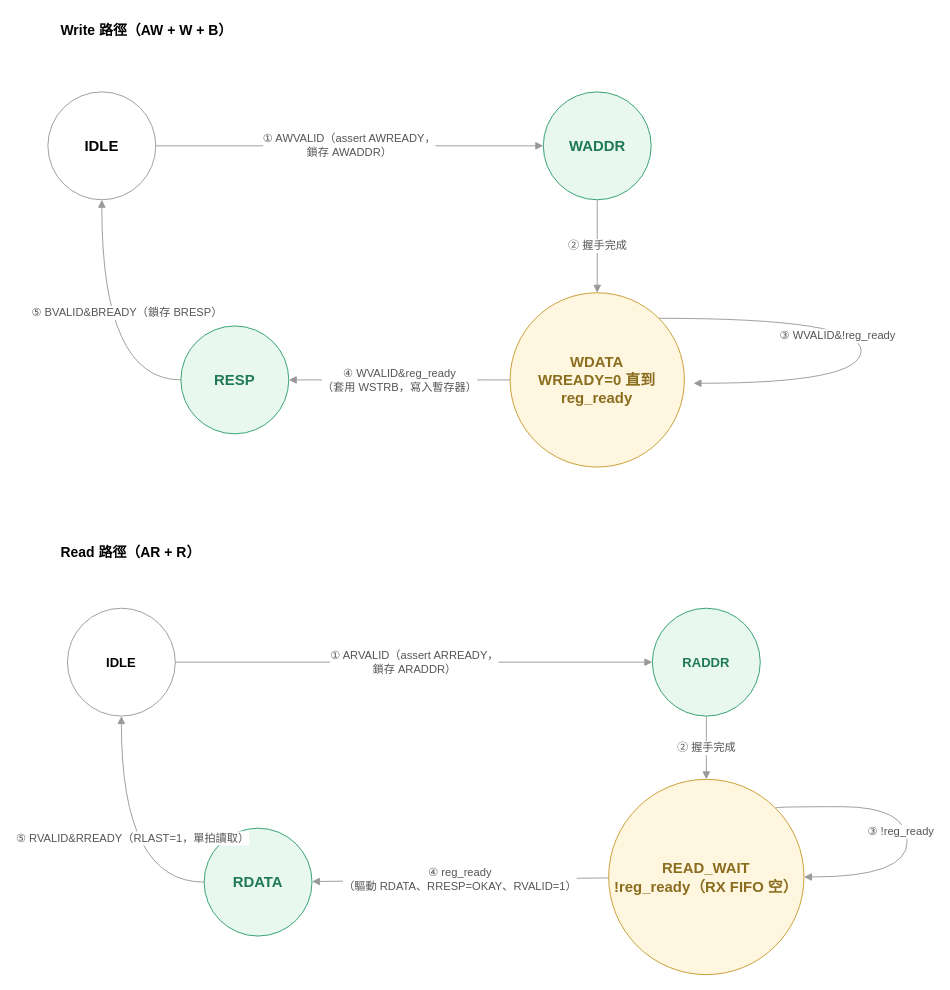
shj-F115112128/SOC_Practice keeps this draw.io diagram as HW1/Upload/axi_slave_fsm.drawio. Above is the earlier version. Source tidied: cells renumbered, new cells numbered last; positions are measured from the earlier drawing's top-left corner, leaving out a move shared by most shapes. Both pictures are drawn from the tidied source at 93%, with x=0, y=0 at pixel (47, 16).
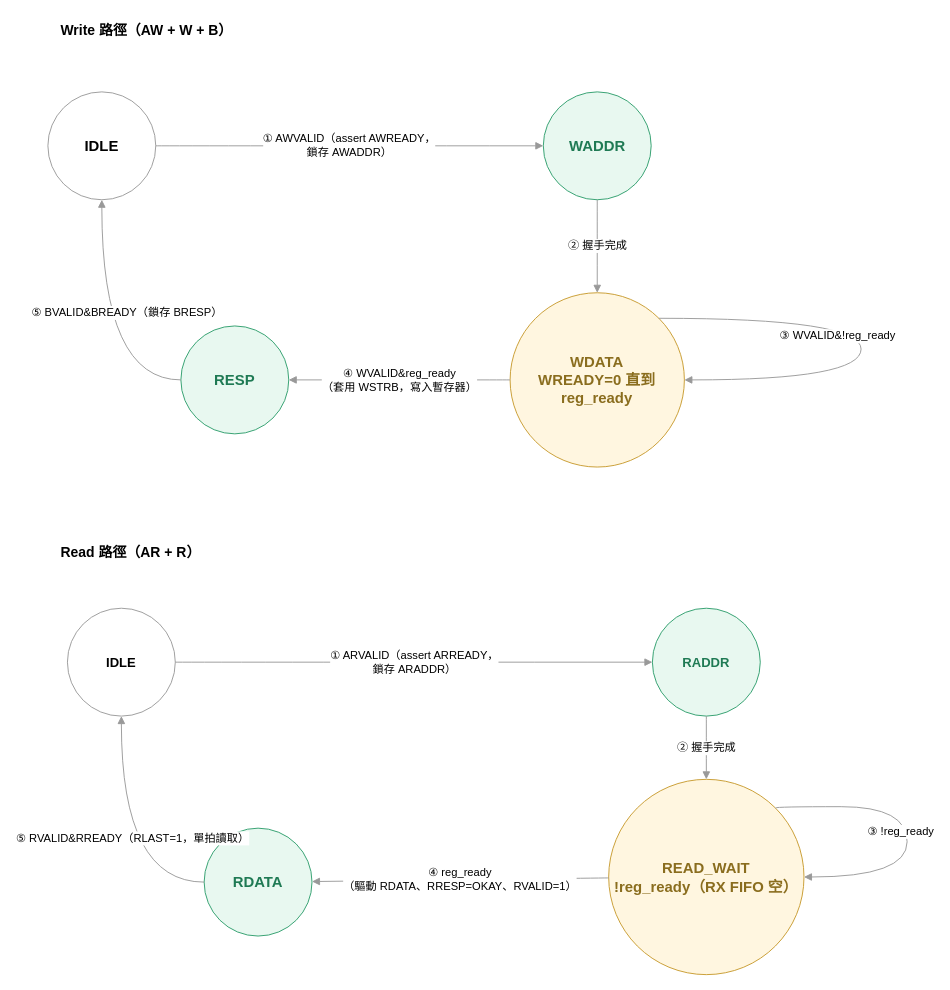
After the change.

Unchanged cells that the change refers to:
```xml
<mxCell id="3" value="&lt;font style=&quot;font-size: 16px;&quot;&gt;IDLE&lt;/font&gt;" style="ellipse;whiteSpace=wrap;html=1;fillColor=#FFFFFF;strokeColor=#999999;fontSize=14;fontStyle=1;" parent="1" vertex="1">
  <mxGeometry y="81.3" width="116" height="116" as="geometry" />
</mxCell>
<mxCell id="4" value="&lt;font style=&quot;font-size: 16px;&quot;&gt;WADDR&lt;/font&gt;" style="ellipse;whiteSpace=wrap;html=1;fillColor=#E8F8F0;strokeColor=#2E9E6C;fontColor=#1F7A54;fontSize=14;fontStyle=1;" parent="1" vertex="1">
  <mxGeometry x="532.7" y="81.3" width="116" height="116" as="geometry" />
</mxCell>
<mxCell id="5" value="&lt;font style=&quot;font-size: 16px;&quot;&gt;WDATA&lt;br&gt;&lt;font color=&quot;#8A6D1E&quot;&gt;WREADY=0 直到 reg_ready&lt;/font&gt;&lt;/font&gt;" style="ellipse;whiteSpace=wrap;html=1;fillColor=#FFF6E0;strokeColor=#C79A2E;fontColor=#8A6D1E;fontSize=14;fontStyle=1;" parent="1" vertex="1">
  <mxGeometry x="497" y="297.3" width="187.4" height="187.4" as="geometry" />
</mxCell>
<mxCell id="6" value="&lt;font style=&quot;font-size: 16px;&quot;&gt;RESP&lt;/font&gt;" style="ellipse;whiteSpace=wrap;html=1;fillColor=#E8F8F0;strokeColor=#2E9E6C;fontColor=#1F7A54;fontSize=14;fontStyle=1;" parent="1" vertex="1">
  <mxGeometry x="143" y="333" width="116" height="116" as="geometry" />
</mxCell>
<mxCell id="13" value="IDLE" style="ellipse;whiteSpace=wrap;html=1;fillColor=#FFFFFF;strokeColor=#999999;fontSize=14;fontStyle=1;" parent="1" vertex="1">
  <mxGeometry x="21" y="636.5" width="116" height="116" as="geometry" />
</mxCell>
<mxCell id="14" value="RADDR" style="ellipse;whiteSpace=wrap;html=1;fillColor=#E8F8F0;strokeColor=#2E9E6C;fontColor=#1F7A54;fontSize=14;fontStyle=1;" parent="1" vertex="1">
  <mxGeometry x="650" y="636.5" width="116" height="116" as="geometry" />
</mxCell>
<mxCell id="15" value="&lt;font style=&quot;font-size: 16px;&quot;&gt;READ_WAIT&lt;br&gt;&lt;font color=&quot;#8A6D1E&quot;&gt;!reg_ready（RX FIFO 空）&lt;/font&gt;&lt;/font&gt;" style="ellipse;whiteSpace=wrap;html=1;fillColor=#FFF6E0;strokeColor=#C79A2E;fontColor=#8A6D1E;fontSize=14;fontStyle=1;" parent="1" vertex="1">
  <mxGeometry x="603" y="820.5" width="210" height="210" as="geometry" />
</mxCell>
<mxCell id="16" value="&lt;font style=&quot;font-size: 16px;&quot;&gt;RDATA&lt;/font&gt;" style="ellipse;whiteSpace=wrap;html=1;fillColor=#E8F8F0;strokeColor=#2E9E6C;fontColor=#1F7A54;fontSize=14;fontStyle=1;" parent="1" vertex="1">
  <mxGeometry x="168" y="873" width="116" height="116" as="geometry" />
</mxCell>
```

Change to the diagram source:
```diff
@@
-    <mxCell id="7" value="&lt;font style=&quot;font-size: 12px;&quot;&gt;① AWVALID（assert AWREADY，&lt;/font&gt;&lt;div&gt;&lt;font style=&quot;font-size: 12px;&quot;&gt;鎖存 AWADDR）&lt;/font&gt;&lt;/div&gt;" style="curved=1;endArrow=block;html=1;strokeColor=#999999;fontSize=11;fontColor=#555555;" parent="1" edge="1" source="3" target="4">
+    <mxCell id="7" value="&lt;font style=&quot;font-size: 12px; color: light-dark(rgb(0, 0, 0), rgb(102, 102, 102));&quot;&gt;① AWVALID（assert AWREADY，&lt;/font&gt;&lt;div&gt;&lt;font style=&quot;font-size: 12px; color: light-dark(rgb(0, 0, 0), rgb(102, 102, 102));&quot;&gt;鎖存 AWADDR）&lt;/font&gt;&lt;/div&gt;" style="curved=1;endArrow=block;html=1;strokeColor=#999999;fontSize=11;fontColor=#555555;" parent="1" edge="1" source="3" target="4">
       <mxGeometry relative="1" as="geometry" />
     </mxCell>
-    <mxCell id="8" value="&lt;font style=&quot;font-size: 12px;&quot;&gt;② 握手完成&lt;/font&gt;" style="curved=1;endArrow=block;html=1;strokeColor=#999999;fontSize=11;fontColor=#555555;" parent="1" edge="1" source="4" target="5">
+    <mxCell id="8" value="&lt;font style=&quot;font-size: 12px; color: light-dark(rgb(0, 0, 0), rgb(102, 102, 102));&quot;&gt;② 握手完成&lt;/font&gt;" style="curved=1;endArrow=block;html=1;strokeColor=#999999;fontSize=11;fontColor=#555555;" parent="1" edge="1" source="4" target="5">
       <mxGeometry relative="1" as="geometry" />
     </mxCell>
-    <mxCell id="9" value="&lt;font style=&quot;font-size: 12px;&quot;&gt;③ WVALID&amp;amp;!reg_ready&lt;/font&gt;" style="curved=1;endArrow=block;html=1;strokeColor=#999999;fontSize=11;fontColor=#555555;exitX=1;exitY=0;exitDx=0;exitDy=0;edgeStyle=orthogonalEdgeStyle;innerLoopWaypoints=1;" parent="1" edge="1" source="5">
-      <mxGeometry x="-0.18" y="-19" relative="1" as="geometry">
-        <mxPoint x="694.2" y="394.6" as="targetPoint" />
+    <mxCell id="9" value="&lt;font style=&quot;font-size: 12px; color: light-dark(rgb(0, 0, 0), rgb(102, 102, 102));&quot;&gt;③ WVALID&amp;amp;!reg_ready&lt;/font&gt;" style="curved=1;endArrow=block;html=1;strokeColor=#999999;fontSize=11;fontColor=#555555;exitX=1;exitY=0;exitDx=0;exitDy=0;edgeStyle=orthogonalEdgeStyle;innerLoopWaypoints=1;entryX=1;entryY=0.5;entryDx=0;entryDy=0;" parent="1" edge="1" source="5" target="5">
+      <mxGeometry x="-0.19" y="-19" relative="1" as="geometry">
         <Array as="points">
           <mxPoint x="874.4" y="324.7" />
-          <mxPoint x="874.4" y="394.6" />
+          <mxPoint x="874.4" y="391" />
         </Array>
       </mxGeometry>
     </mxCell>
-    <mxCell id="10" value="&lt;font style=&quot;font-size: 12px;&quot;&gt;④ WVALID&amp;amp;reg_ready&lt;br&gt;（套用 WSTRB，寫入暫存器）&lt;/font&gt;" style="curved=1;endArrow=block;html=1;strokeColor=#999999;fontSize=11;fontColor=#555555;" parent="1" edge="1" source="5" target="6">
+    <mxCell id="10" value="&lt;font style=&quot;font-size: 12px; color: light-dark(rgb(0, 0, 0), rgb(102, 102, 102));&quot;&gt;④ WVALID&amp;amp;reg_ready&lt;br&gt;（套用 WSTRB，寫入暫存器）&lt;/font&gt;" style="curved=1;endArrow=block;html=1;strokeColor=#999999;fontSize=11;fontColor=#555555;" parent="1" edge="1" source="5" target="6">
       <mxGeometry relative="1" as="geometry" />
     </mxCell>
-    <mxCell id="11" value="&lt;font style=&quot;font-size: 12px;&quot;&gt;⑤ BVALID&amp;amp;BREADY（鎖存 BRESP）&lt;/font&gt;" style="curved=1;endArrow=block;html=1;strokeColor=#999999;fontSize=11;fontColor=#555555;edgeStyle=orthogonalEdgeStyle;curveGeometry=1;entryX=0.5;entryY=1;entryDx=0;entryDy=0;" parent="1" edge="1" source="6" target="3">
+    <mxCell id="11" value="&lt;font style=&quot;font-size: 12px; color: light-dark(rgb(0, 0, 0), rgb(102, 102, 102));&quot;&gt;⑤ BVALID&amp;amp;BREADY（鎖存 BRESP）&lt;/font&gt;" style="curved=1;endArrow=block;html=1;strokeColor=#999999;fontSize=11;fontColor=#555555;edgeStyle=orthogonalEdgeStyle;curveGeometry=1;entryX=0.5;entryY=1;entryDx=0;entryDy=0;" parent="1" edge="1" source="6" target="3">
       <mxGeometry x="0.13" y="-27" relative="1" as="geometry" />
     </mxCell>
@@
-    <mxCell id="17" value="&lt;font style=&quot;font-size: 12px;&quot;&gt;① ARVALID（assert ARREADY，&lt;/font&gt;&lt;div&gt;&lt;font style=&quot;font-size: 12px;&quot;&gt;鎖存 ARADDR）&lt;/font&gt;&lt;/div&gt;" style="curved=1;endArrow=block;html=1;strokeColor=#999999;fontSize=11;fontColor=#555555;" parent="1" edge="1" source="13" target="14">
+    <mxCell id="17" value="&lt;font style=&quot;font-size: 12px; color: light-dark(rgb(0, 0, 0), rgb(102, 102, 102));&quot;&gt;① ARVALID（assert ARREADY，&lt;/font&gt;&lt;div&gt;&lt;font style=&quot;font-size: 12px; color: light-dark(rgb(0, 0, 0), rgb(102, 102, 102));&quot;&gt;鎖存 ARADDR）&lt;/font&gt;&lt;/div&gt;" style="curved=1;endArrow=block;html=1;strokeColor=#999999;fontSize=11;fontColor=#555555;" parent="1" edge="1" source="13" target="14">
       <mxGeometry relative="1" as="geometry" />
     </mxCell>
-    <mxCell id="18" value="&lt;font style=&quot;font-size: 12px;&quot;&gt;② 握手完成&lt;/font&gt;" style="curved=1;endArrow=block;html=1;strokeColor=#999999;fontSize=11;fontColor=#555555;" parent="1" edge="1" source="14" target="15">
+    <mxCell id="18" value="&lt;font style=&quot;font-size: 12px; color: light-dark(rgb(0, 0, 0), rgb(102, 102, 102));&quot;&gt;② 握手完成&lt;/font&gt;" style="curved=1;endArrow=block;html=1;strokeColor=#999999;fontSize=11;fontColor=#555555;" parent="1" edge="1" source="14" target="15">
       <mxGeometry relative="1" as="geometry" />
     </mxCell>
-    <mxCell id="19" value="&lt;font style=&quot;font-size: 12px;&quot;&gt;③ !reg_ready&lt;/font&gt;" style="curved=1;endArrow=block;html=1;strokeColor=#999999;fontSize=11;fontColor=#555555;exitX=1;exitY=0;exitDx=0;exitDy=0;entryX=1;entryY=0.5;entryDx=0;entryDy=0;edgeStyle=orthogonalEdgeStyle;innerLoopWaypoints=1;" parent="1" edge="1" source="15" target="15">
+    <mxCell id="19" value="&lt;font style=&quot;font-size: 12px; color: light-dark(rgb(0, 0, 0), rgb(102, 102, 102));&quot;&gt;③ !reg_ready&lt;/font&gt;" style="curved=1;endArrow=block;html=1;strokeColor=#999999;fontSize=11;fontColor=#555555;exitX=1;exitY=0;exitDx=0;exitDy=0;entryX=1;entryY=0.5;entryDx=0;entryDy=0;edgeStyle=orthogonalEdgeStyle;innerLoopWaypoints=1;" parent="1" edge="1" source="15" target="15">
       <mxGeometry x="0.03" y="-7.27" relative="1" as="geometry">
         <Array as="points">
           <mxPoint x="782.2" y="849.9" />
           <mxPoint x="923.9" y="849.9" />
           <mxPoint x="923.9" y="925.5" />
         </Array>
       </mxGeometry>
     </mxCell>
-    <mxCell id="20" value="&lt;font style=&quot;font-size: 12px;&quot;&gt;④ reg_ready&lt;/font&gt;&lt;div&gt;&lt;font style=&quot;font-size: 12px;&quot;&gt;&lt;font style=&quot;&quot;&gt;（&lt;/font&gt;&lt;span style=&quot;background-color: light-dark(#ffffff, var(--ge-dark-color, #121212)); color: light-dark(rgb(85, 85, 85), rgb(164, 164, 164));&quot;&gt;驅動 RDATA、RRESP=OKAY、RVALID=1）&lt;/span&gt;&lt;/font&gt;&lt;/div&gt;" style="curved=1;endArrow=block;html=1;strokeColor=#999999;fontSize=11;fontColor=#555555;" parent="1" edge="1" source="15" target="16">
+    <mxCell id="20" value="&lt;font style=&quot;font-size: 12px; color: light-dark(rgb(0, 0, 0), rgb(102, 102, 102));&quot;&gt;④ reg_ready&lt;/font&gt;&lt;div&gt;&lt;font style=&quot;font-size: 12px; color: light-dark(rgb(0, 0, 0), rgb(102, 102, 102));&quot;&gt;&lt;font&gt;（&lt;/font&gt;&lt;span style=&quot;background-color: light-dark(#ffffff, var(--ge-dark-color, #121212));&quot;&gt;驅動 RDATA、RRESP=OKAY、RVALID=1）&lt;/span&gt;&lt;/font&gt;&lt;/div&gt;" style="curved=1;endArrow=block;html=1;strokeColor=#999999;fontSize=11;fontColor=#555555;" parent="1" edge="1" source="15" target="16">
       <mxGeometry relative="1" as="geometry" />
     </mxCell>
-    <mxCell id="21" value="&lt;font style=&quot;font-size: 12px;&quot;&gt;⑤ RVALID&amp;amp;RREADY（RLAST=1，單拍讀取）&lt;/font&gt;" style="curved=1;endArrow=block;html=1;strokeColor=#999999;fontSize=11;fontColor=#555555;edgeStyle=orthogonalEdgeStyle;curveGeometry=1;entryX=0.5;entryY=1;entryDx=0;entryDy=0;exitX=0;exitY=0.5;exitDx=0;exitDy=0;" parent="1" edge="1" source="16" target="13">
+    <mxCell id="21" value="&lt;font style=&quot;font-size: 12px; color: light-dark(rgb(0, 0, 0), rgb(102, 102, 102));&quot;&gt;⑤ RVALID&amp;amp;RREADY（RLAST=1，單拍讀取）&lt;/font&gt;" style="curved=1;endArrow=block;html=1;strokeColor=#999999;fontSize=11;fontColor=#555555;edgeStyle=orthogonalEdgeStyle;curveGeometry=1;entryX=0.5;entryY=1;entryDx=0;entryDy=0;exitX=0;exitY=0.5;exitDx=0;exitDy=0;" parent="1" edge="1" source="16" target="13">
       <mxGeometry x="0.02" y="-12" relative="1" as="geometry" />
     </mxCell>
```
